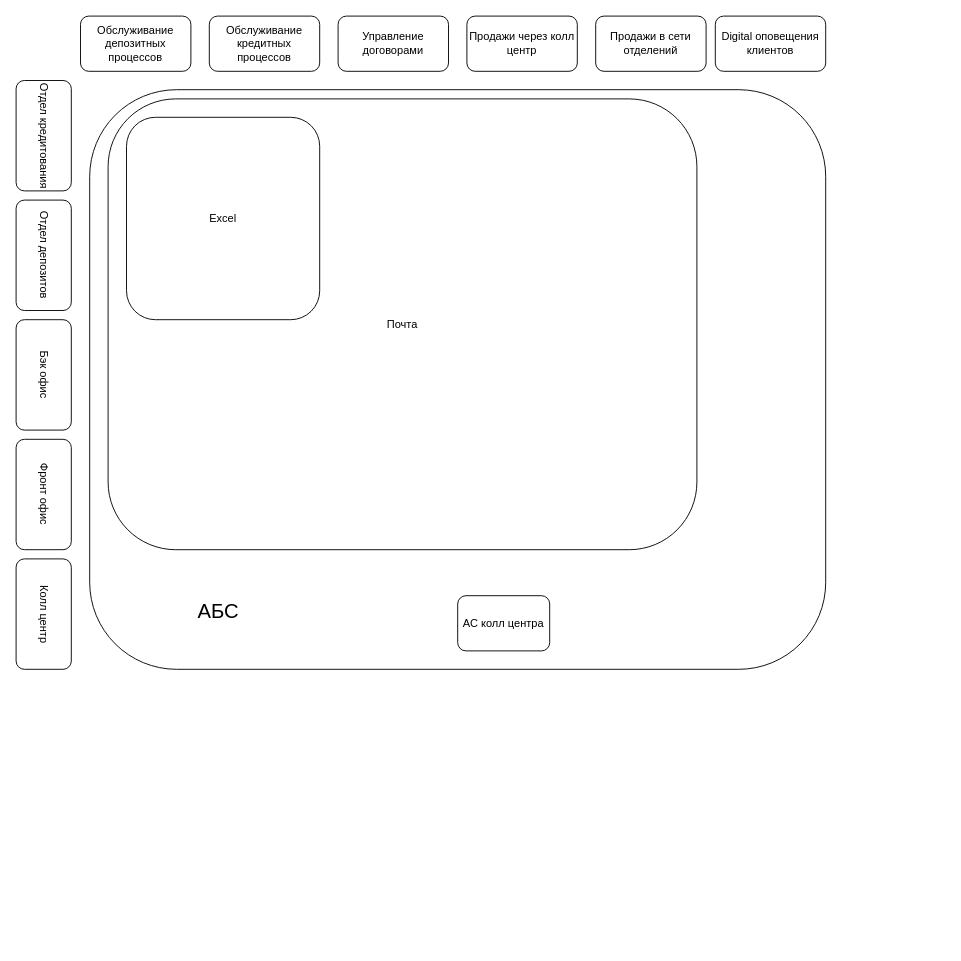
This is Task1/Карта текущего IT ландшафта.drawio from Laborant90/architecture-standart, a draw.io file, before an edit. Source tidied: cells renumbered, new cells numbered last; positions are measured from the earlier drawing's top-left corner, leaving out a move shared by most shapes. Both pictures are drawn from the tidied source at 92%, with x=0, y=0 at pixel (16, 16).
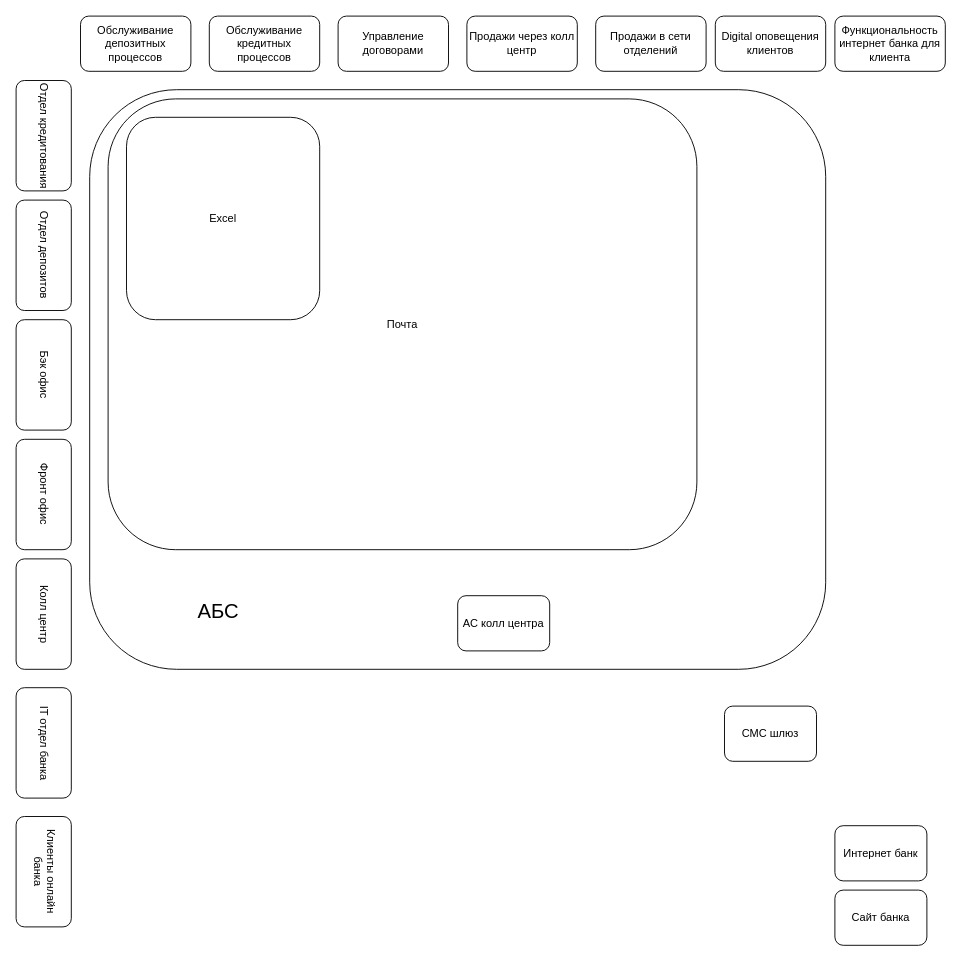
Above is the later version.

Change to the diagram source:
```diff
@@
+    <mxCell id="18" value="IT отдел банка" style="rounded=1;whiteSpace=wrap;html=1;imageAlign=left;direction=north;verticalAlign=middle;textDirection=vertical-rl;" parent="1" vertex="1">
+      <mxGeometry y="730" width="60" height="120" as="geometry" />
+    </mxCell>
+    <mxCell id="19" value="СМС шлюз" style="rounded=1;whiteSpace=wrap;html=1;" parent="1" vertex="1">
+      <mxGeometry x="770" y="750" width="100" height="60" as="geometry" />
+    </mxCell>
+    <mxCell id="20" value="Клиенты онлайн банка" style="rounded=1;whiteSpace=wrap;html=1;imageAlign=left;direction=north;verticalAlign=middle;textDirection=vertical-rl;" parent="1" vertex="1">
+      <mxGeometry y="870" width="60" height="120" as="geometry" />
+    </mxCell>
+    <mxCell id="21" value="Функциональность интернет банка для клиента" style="rounded=1;whiteSpace=wrap;html=1;" parent="1" vertex="1">
+      <mxGeometry x="890" width="120" height="60" as="geometry" />
+    </mxCell>
+    <mxCell id="22" value="Интернет банк" style="rounded=1;whiteSpace=wrap;html=1;" parent="1" vertex="1">
+      <mxGeometry x="890" y="880" width="100" height="60" as="geometry" />
+    </mxCell>
+    <mxCell id="23" value="Сайт банка" style="rounded=1;whiteSpace=wrap;html=1;" parent="1" vertex="1">
+      <mxGeometry x="890" y="950" width="100" height="60" as="geometry" />
+    </mxCell>
```
